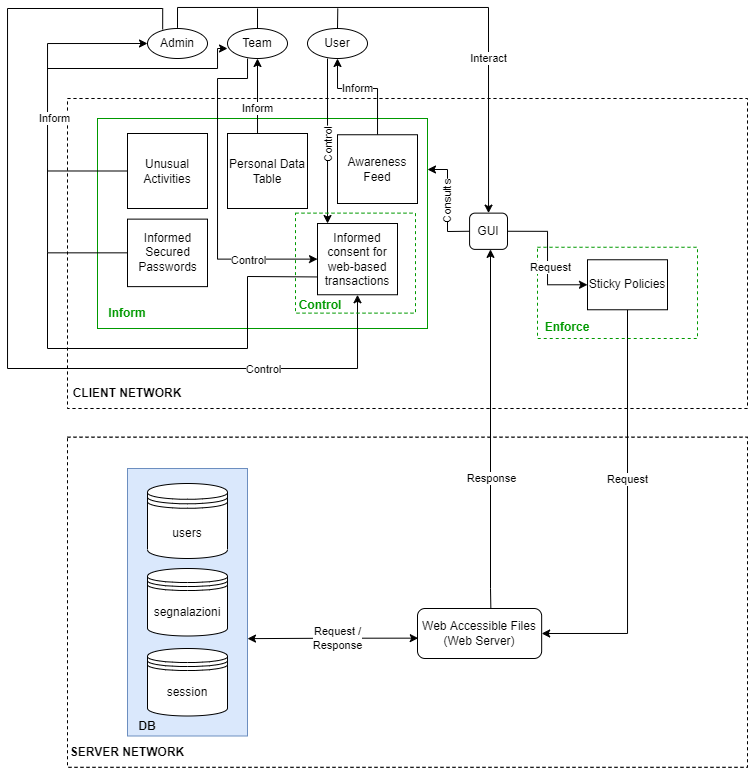
Above: Process_Oriented_Strategies_class_diagram.drawio.png in claudialorusso/CivicSense (draw.io), before the change. Source tidied: cells renumbered, new cells last; positions are measured from the earlier drawing's top-left corner, leaving out a move shared by most shapes.
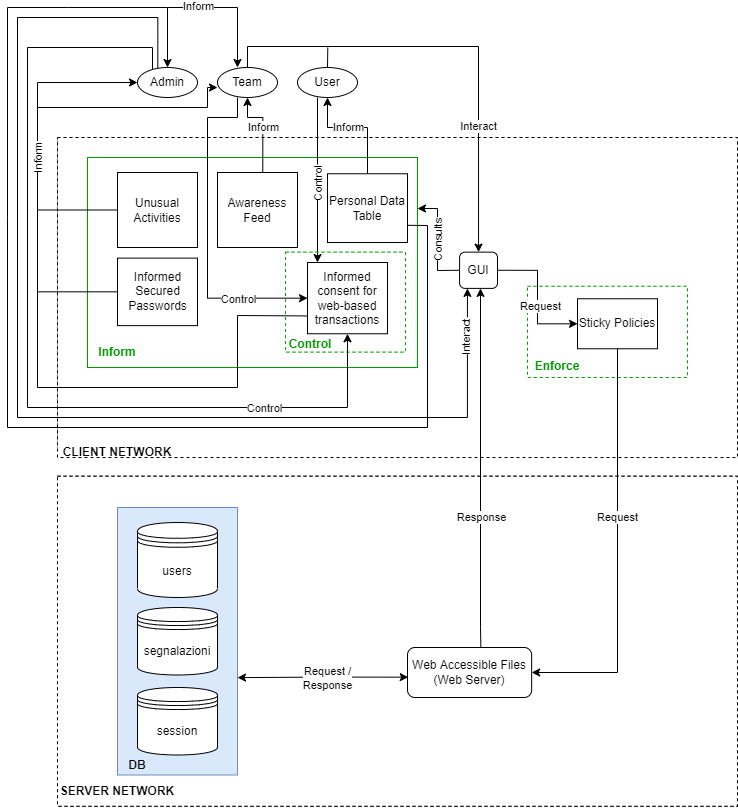
Later version of the same file.

The edit, as a diff of the source:
```diff
@@ -163,7 +163,7 @@
       <mxGeometry x="60" y="429.8" width="680" height="330" as="geometry" />
     </mxCell>
     <mxCell id="43" style="horizontal=0;dashed=1;fontColor=#000000;strokeColor=#000000;fillColor=default;" parent="1" vertex="1">
-      <mxGeometry x="60" y="91" width="680" height="310" as="geometry" />
+      <mxGeometry x="60" y="91" width="680" height="320" as="geometry" />
     </mxCell>
     <mxCell id="44" style="rounded=0;whiteSpace=wrap;html=1;fillColor=none;strokeColor=#009900;" parent="1" vertex="1">
       <mxGeometry x="90" y="111" width="330" height="210" as="geometry" />
@@ -203,7 +203,7 @@
         <mxPoint x="-11" y="-3" as="offset" />
       </mxGeometry>
     </mxCell>
-    <mxCell id="52" value="Awareness Feed" style="rounded=0;whiteSpace=wrap;html=1;" parent="1" vertex="1">
+    <mxCell id="52" value="Personal Data Table" style="rounded=0;whiteSpace=wrap;html=1;" parent="1" vertex="1">
       <mxGeometry x="330" y="127.2" width="80" height="68.8" as="geometry" />
     </mxCell>
     <mxCell id="53" style="edgeStyle=orthogonalEdgeStyle;rounded=0;jettySize=auto;html=1;exitX=0.5;exitY=0;exitDx=0;exitDy=0;fontColor=#009900;startArrow=none;startFill=0;endArrow=none;endFill=0;" parent="1" edge="1" source="54">
@@ -214,12 +214,12 @@
     <mxCell id="54" value="User" style="ellipse;whiteSpace=wrap;html=1;" parent="1" vertex="1">
       <mxGeometry x="300" y="21" width="60" height="30" as="geometry" />
     </mxCell>
-    <mxCell id="55" style="edgeStyle=orthogonalEdgeStyle;rounded=0;jettySize=auto;html=1;exitX=0.253;exitY=0.032;exitDx=0;exitDy=0;endArrow=classic;endFill=1;entryX=0.5;entryY=1;entryDx=0;entryDy=0;exitPerimeter=0;" parent="1" edge="1" source="57" target="87">
+    <mxCell id="55" style="edgeStyle=orthogonalEdgeStyle;rounded=0;jettySize=auto;html=1;exitX=0.25;exitY=0.102;exitDx=0;exitDy=0;endArrow=classic;endFill=1;entryX=0.5;entryY=1;entryDx=0;entryDy=0;exitPerimeter=0;" parent="1" edge="1" source="57" target="87">
       <mxGeometry relative="1" as="geometry">
         <Array as="points">
           <mxPoint x="155" y="1" />
-          <mxPoint y="1" />
-          <mxPoint y="361" />
+          <mxPoint x="30" y="1" />
+          <mxPoint x="30" y="361" />
           <mxPoint x="350" y="361" />
         </Array>
       </mxGeometry>
@@ -227,19 +227,39 @@
     <mxCell id="56" value="Control" style="edgeLabel;html=1;align=center;verticalAlign=middle;" parent="55" vertex="1">
       <mxGeometry x="0.65" y="-1" relative="1" as="geometry" />
     </mxCell>
+    <mxCell id="98" style="edgeStyle=orthogonalEdgeStyle;rounded=0;jettySize=auto;html=1;entryX=0.25;entryY=1;entryDx=0;entryDy=0;exitX=0.339;exitY=0.013;exitDx=0;exitDy=0;exitPerimeter=0;" parent="1" edge="1" source="57">
+      <mxGeometry relative="1" as="geometry">
+        <mxPoint x="469.9" y="241.9" as="targetPoint" />
+        <Array as="points">
+          <mxPoint x="160" y="-29" />
+          <mxPoint x="20" y="-29" />
+          <mxPoint x="20" y="371" />
+          <mxPoint x="470" y="371" />
+        </Array>
+      </mxGeometry>
+    </mxCell>
+    <mxCell id="99" value="&lt;span style=&quot;color: rgba(0, 0, 0, 0); font-family: monospace; font-size: 0px; text-align: start; background-color: rgb(248, 249, 250);&quot;&gt;%3CmxGraphModel%3E%3Croot%3E%3CmxCell%20id%3D%220%22%2F%3E%3CmxCell%20id%3D%221%22%20parent%3D%220%22%2F%3E%3CmxCell%20id%3D%222%22%20value%3D%22Interact%22%20style%3D%22edgeLabel%3Bhtml%3D1%3Balign%3Dcenter%3BverticalAlign%3Dmiddle%3Bresizable%3D0%3Bpoints%3D%5B%5D%3B%22%20vertex%3D%221%22%20connectable%3D%220%22%20parent%3D%221%22%3E%3CmxGeometry%20x%3D%22242.17550331368147%22%20y%3D%22459.0000000000001%22%20as%3D%22geometry%22%2F%3E%3C%2FmxCell%3E%3C%2Froot%3E%3C%2FmxGraphModel%3E&lt;/span&gt;&lt;span style=&quot;color: rgba(0, 0, 0, 0); font-family: monospace; font-size: 0px; text-align: start; background-color: rgb(248, 249, 250);&quot;&gt;%3CmxGraphModel%3E%3Croot%3E%3CmxCell%20id%3D%220%22%2F%3E%3CmxCell%20id%3D%221%22%20parent%3D%220%22%2F%3E%3CmxCell%20id%3D%222%22%20value%3D%22Interact%22%20style%3D%22edgeLabel%3Bhtml%3D1%3Balign%3Dcenter%3BverticalAlign%3Dmiddle%3Bresizable%3D0%3Bpoints%3D%5B%5D%3B%22%20vertex%3D%221%22%20connectable%3D%220%22%20parent%3D%221%22%3E%3CmxGeometry%20x%3D%22242.17550331368147%22%20y%3D%22459.0000000000001%22%20as%3D%22geometry%22%2F%3E%3C%2FmxCell%3E%3C%2Froot%3E%3C%2FmxGraphModel%3EInteract&lt;/span&gt;" style="edgeLabel;html=1;align=center;verticalAlign=middle;" parent="98" vertex="1">
+      <mxGeometry x="-0.88" y="-1" relative="1" as="geometry" />
+    </mxCell>
+    <mxCell id="100" value="Interact" style="edgeLabel;html=1;align=center;verticalAlign=middle;rotation=-90;" parent="98" vertex="1">
+      <mxGeometry x="-0.88" y="-1" relative="1" as="geometry">
+        <mxPoint x="325" y="321" as="offset" />
+      </mxGeometry>
+    </mxCell>
     <mxCell id="57" value="Admin" style="ellipse;whiteSpace=wrap;html=1;" parent="1" vertex="1">
       <mxGeometry x="140" y="21" width="60" height="30" as="geometry" />
     </mxCell>
     <mxCell id="58" style="edgeStyle=orthogonalEdgeStyle;rounded=0;jettySize=auto;html=1;startArrow=classic;startFill=1;endArrow=none;endFill=0;entryX=0.566;entryY=0.013;entryDx=0;entryDy=0;exitX=0.5;exitY=1;exitDx=0;exitDy=0;entryPerimeter=0;" parent="1" edge="1" source="62" target="71">
       <mxGeometry relative="1" as="geometry">
         <Array as="points">
-          <mxPoint x="250" y="127" />
+          <mxPoint x="250" y="71" />
+          <mxPoint x="265" y="71" />
         </Array>
       </mxGeometry>
     </mxCell>
     <mxCell id="59" value="Inform" style="edgeLabel;html=1;align=center;verticalAlign=middle;" parent="58" vertex="1">
       <mxGeometry x="0.29" y="1" relative="1" as="geometry">
-        <mxPoint x="-1" y="-9" as="offset" />
+        <mxPoint x="-1" y="-14" as="offset" />
       </mxGeometry>
     </mxCell>
     <mxCell id="60" style="edgeStyle=orthogonalEdgeStyle;rounded=0;jettySize=auto;html=1;fontColor=#009900;startArrow=classic;startFill=1;endArrow=none;endFill=0;exitX=0;exitY=0.667;exitDx=0;exitDy=0;exitPerimeter=0;" parent="1" edge="1" source="62">
@@ -263,9 +283,6 @@
     <mxCell id="62" value="Team" style="ellipse;whiteSpace=wrap;html=1;" parent="1" vertex="1">
       <mxGeometry x="220" y="21" width="60" height="30" as="geometry" />
     </mxCell>
-    <mxCell id="63" style="edgeStyle=elbowEdgeStyle;rounded=0;orthogonalLoop=1;jettySize=auto;html=1;entryX=0;entryY=0.5;entryDx=0;entryDy=0;" parent="1" edge="1" source="54" target="54">
-      <mxGeometry relative="1" as="geometry" />
-    </mxCell>
     <mxCell id="64" value="&lt;b&gt;&lt;font color=&quot;#009900&quot;&gt;Inform&lt;/font&gt;&lt;/b&gt;" style="text;html=1;strokeColor=none;fillColor=none;align=center;verticalAlign=middle;whiteSpace=wrap;rounded=0;dashed=1;" parent="1" vertex="1">
       <mxGeometry x="90" y="291" width="60" height="30" as="geometry" />
     </mxCell>
@@ -280,7 +297,7 @@
       <mxGeometry x="-0.18" relative="1" as="geometry" />
     </mxCell>
     <mxCell id="67" value="&lt;b&gt;CLIENT NETWORK&lt;/b&gt;" style="text;html=1;strokeColor=none;fillColor=none;align=center;verticalAlign=middle;whiteSpace=wrap;rounded=0;dashed=1;fontColor=#000000;" parent="1" vertex="1">
-      <mxGeometry x="60" y="371" width="120" height="30" as="geometry" />
+      <mxGeometry x="60" y="391" width="120" height="30" as="geometry" />
     </mxCell>
     <mxCell id="68" style="edgeStyle=orthogonalEdgeStyle;rounded=0;jettySize=auto;html=1;fontColor=#000000;startArrow=classic;startFill=1;endArrow=classic;endFill=1;startSize=6;endSize=6;exitX=0.006;exitY=0.593;exitDx=0;exitDy=0;entryX=1;entryY=0.636;entryDx=0;entryDy=0;entryPerimeter=0;exitPerimeter=0;" parent="1" edge="1" source="70">
       <mxGeometry relative="1" as="geometry">
@@ -295,7 +312,7 @@
     <mxCell id="70" value="Web Accessible Files&lt;br&gt;(Web Server)" style="rounded=1;whiteSpace=wrap;html=1;" parent="1" vertex="1">
       <mxGeometry x="410" y="601" width="124.2" height="50" as="geometry" />
     </mxCell>
-    <mxCell id="71" value="Personal Data Table" style="rounded=0;whiteSpace=wrap;html=1;" parent="1" vertex="1">
+    <mxCell id="71" value="Awareness Feed" style="rounded=0;whiteSpace=wrap;html=1;" parent="1" vertex="1">
       <mxGeometry x="220" y="126" width="80" height="75" as="geometry" />
     </mxCell>
     <mxCell id="72" style="edgeStyle=orthogonalEdgeStyle;rounded=0;jettySize=auto;html=1;startArrow=none;startFill=0;endArrow=classic;endFill=1;exitX=0;exitY=0.5;exitDx=0;exitDy=0;entryX=0;entryY=0.5;entryDx=0;entryDy=0;" parent="1" edge="1" source="74" target="57">
@@ -306,9 +323,9 @@
         </Array>
       </mxGeometry>
     </mxCell>
-    <mxCell id="73" value="Inform" style="edgeLabel;html=1;align=center;verticalAlign=middle;" parent="72" vertex="1">
+    <mxCell id="73" value="Inform" style="edgeLabel;html=1;align=center;verticalAlign=middle;rotation=-90;" parent="72" vertex="1">
       <mxGeometry x="0.64" relative="1" as="geometry">
-        <mxPoint x="-38" y="75" as="offset" />
+        <mxPoint x="-45" y="75" as="offset" />
       </mxGeometry>
     </mxCell>
     <mxCell id="74" value="Unusual Activities" style="rounded=0;whiteSpace=wrap;html=1;" parent="1" vertex="1">
@@ -394,9 +411,10 @@
     </mxCell>
     <mxCell id="90" style="edgeStyle=orthogonalEdgeStyle;rounded=0;jettySize=auto;html=1;fontColor=#009900;startArrow=none;startFill=0;endArrow=classic;endFill=1;entryX=0.5;entryY=0;entryDx=0;entryDy=0;" parent="1" edge="1" target="47">
       <mxGeometry relative="1" as="geometry">
-        <mxPoint x="170" y="20.4" as="sourcePoint" />
+        <mxPoint x="250" y="21" as="sourcePoint" />
         <Array as="points">
-          <mxPoint x="170" />
+          <mxPoint x="250" y="20" />
+          <mxPoint x="250" />
           <mxPoint x="481" />
         </Array>
       </mxGeometry>
@@ -424,5 +442,35 @@
     <mxCell id="97" value="&lt;b&gt;DB&lt;/b&gt;" style="text;html=1;strokeColor=none;fillColor=none;align=center;verticalAlign=middle;whiteSpace=wrap;rounded=0;fontColor=#000000;" parent="1" vertex="1">
       <mxGeometry x="110" y="703.5" width="60" height="30" as="geometry" />
     </mxCell>
+    <mxCell id="101" style="endArrow=classic;html=1;rounded=0;exitX=1;exitY=0.75;exitDx=0;exitDy=0;entryX=0.5;entryY=0;entryDx=0;entryDy=0;" parent="1" edge="1" source="52" target="57">
+      <mxGeometry x="0.92" y="30" relative="1" as="geometry">
+        <Array as="points">
+          <mxPoint x="430" y="179" />
+          <mxPoint x="430" y="381" />
+          <mxPoint x="10" y="381" />
+          <mxPoint x="10" y="171" />
+          <mxPoint x="10" y="-39" />
+          <mxPoint x="70" y="-39" />
+          <mxPoint x="170" y="-39" />
+        </Array>
+      </mxGeometry>
+    </mxCell>
+    <mxCell id="102" style="endArrow=none;html=1;rounded=0;" parent="1" edge="1">
+      <mxGeometry relative="1" as="geometry">
+        <mxPoint x="240" y="-39" as="sourcePoint" />
+        <mxPoint x="170" y="-39" as="targetPoint" />
+      </mxGeometry>
+    </mxCell>
+    <mxCell id="103" value="Inform" style="edgeLabel;html=1;align=center;verticalAlign=middle;" parent="102" vertex="1">
+      <mxGeometry x="0.22" y="-1" relative="1" as="geometry">
+        <mxPoint x="3" as="offset" />
+      </mxGeometry>
+    </mxCell>
+    <mxCell id="104" style="endArrow=classic;html=1;rounded=0;" parent="1" edge="1">
+      <mxGeometry relative="1" as="geometry">
+        <mxPoint x="240" y="-39" as="sourcePoint" />
+        <mxPoint x="240" y="21" as="targetPoint" />
+      </mxGeometry>
+    </mxCell>
   </root>
 </mxGraphModel>
```
